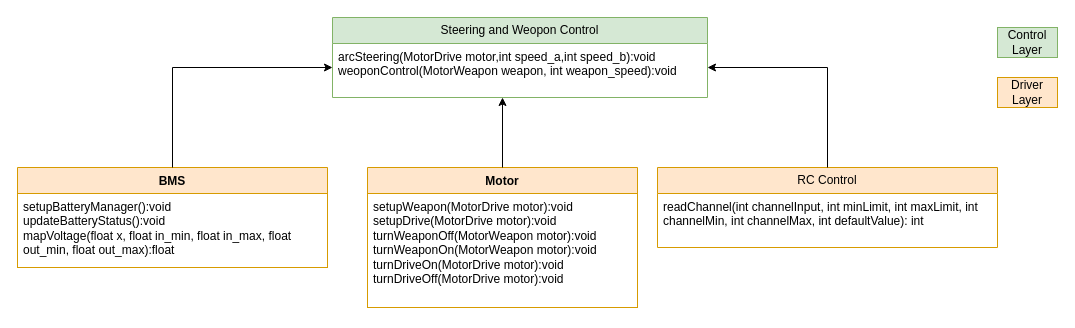
This is software_architecutre.drawio from AminSeffo/BattleBot, a draw.io file, before an edit. Source tidied: cells renumbered, new cells numbered last; positions are measured from the earlier drawing's top-left corner, leaving out a move shared by most shapes. Both pictures are drawn from the tidied source at 100%, with x=0, y=0 at pixel (17, 17).
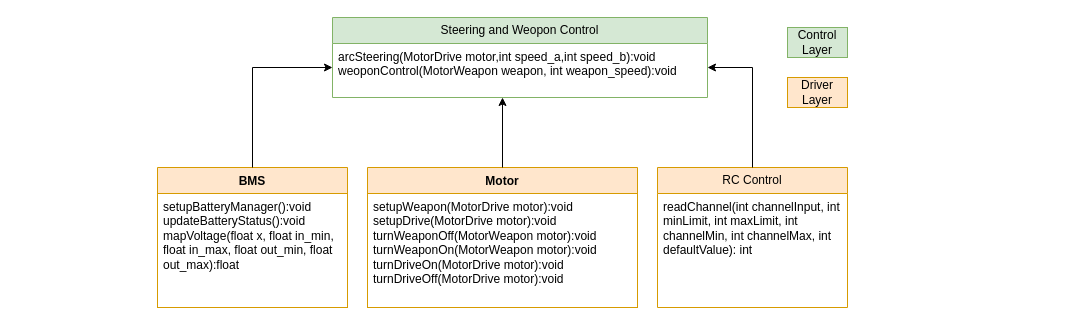
The same page after the edit.

Diff of the diagram source:
```diff
@@
 <mxGraphModel>
   <root>
     <mxCell id="0" />
     <mxCell id="1" parent="0" />
     <mxCell id="2" value="BMS" style="swimlane;fontStyle=1;align=center;verticalAlign=top;horizontal=1;startSize=26;whiteSpace=wrap;html=1;fillColor=#ffe6cc;strokeColor=#d79b00;" parent="1" vertex="1">
-      <mxGeometry y="150" width="310" height="100" as="geometry" />
+      <mxGeometry x="140" y="150" width="190" height="140" as="geometry" />
     </mxCell>
     <mxCell id="3" value="&lt;div&gt;setupBatteryManager():void&lt;/div&gt;&lt;div&gt;updateBatteryStatus():void&lt;/div&gt;&lt;div&gt;mapVoltage(float x, float in_min, float in_max, float out_min, float out_max):float&lt;/div&gt;" style="text;strokeColor=#d79b00;fillColor=none;align=left;verticalAlign=top;spacingLeft=4;spacingRight=4;overflow=hidden;whiteSpace=wrap;html=1;" parent="2" vertex="1">
-      <mxGeometry y="26" width="310" height="74" as="geometry" />
+      <mxGeometry y="26" width="190" height="114" as="geometry" />
     </mxCell>
     <mxCell id="4" value="Motor" style="swimlane;fontStyle=1;align=center;verticalAlign=top;horizontal=1;startSize=26;whiteSpace=wrap;html=1;fillColor=#ffe6cc;strokeColor=#d79b00;" parent="1" vertex="1">
       <mxGeometry x="350" y="150" width="270" height="140" as="geometry" />
     </mxCell>
     <mxCell id="5" value="setupWeapon(MotorDrive motor):void&lt;br&gt;setupDrive(MotorDrive motor):void&lt;br&gt;turnWeaponOff(MotorWeapon motor):void&lt;br&gt;turnWeaponOn(MotorWeapon&amp;nbsp;motor):void&lt;br&gt;turnDriveOn(MotorDrive motor):void&lt;br&gt;turnDriveOff(MotorDrive motor):void" style="text;strokeColor=#d79b00;fillColor=none;align=left;verticalAlign=top;spacingLeft=4;spacingRight=4;overflow=hidden;whiteSpace=wrap;html=1;" parent="4" vertex="1">
       <mxGeometry y="26" width="270" height="114" as="geometry" />
     </mxCell>
     <mxCell id="6" value="Steering and Weopon Control" style="swimlane;fontStyle=0;horizontal=1;startSize=26;fillColor=#d5e8d4;whiteSpace=wrap;html=1;strokeColor=#82b366;" parent="1" vertex="1">
       <mxGeometry x="315" width="375" height="80" as="geometry" />
     </mxCell>
-    <mxCell id="7" style="endArrow=classic;html=1;rounded=0;" parent="6" edge="1">
+    <mxCell id="7" style="endArrow=classic;html=1;rounded=0;exitX=0.5;exitY=0;exitDx=0;exitDy=0;" parent="6" edge="1" source="2">
       <mxGeometry relative="1" as="geometry">
-        <mxPoint x="-160" y="150" as="sourcePoint" />
         <mxPoint y="50" as="targetPoint" />
         <Array as="points">
-          <mxPoint x="-160" y="50" />
+          <mxPoint x="-80" y="50" />
         </Array>
       </mxGeometry>
     </mxCell>
     <mxCell id="8" value="arcSteering(MotorDrive motor,int speed_a,int speed_b):void&lt;br&gt;weoponControl(MotorWeapon weapon, int weapon_speed):void" style="text;strokeColor=none;fillColor=none;align=left;verticalAlign=top;spacingLeft=4;spacingRight=4;overflow=hidden;whiteSpace=wrap;html=1;" parent="6" vertex="1">
       <mxGeometry y="26" width="375" height="54" as="geometry" />
     </mxCell>
     <mxCell id="9" value="Control Layer" style="text;html=1;strokeColor=#82b366;fillColor=#d5e8d4;align=center;verticalAlign=middle;whiteSpace=wrap;rounded=0;" parent="1" vertex="1">
-      <mxGeometry x="980" y="10" width="60" height="30" as="geometry" />
+      <mxGeometry x="770" y="10" width="60" height="30" as="geometry" />
     </mxCell>
     <mxCell id="10" value="Driver Layer" style="text;html=1;strokeColor=#d79b00;fillColor=#ffe6cc;align=center;verticalAlign=middle;whiteSpace=wrap;rounded=0;" parent="1" vertex="1">
-      <mxGeometry x="980" y="60" width="60" height="30" as="geometry" />
+      <mxGeometry x="770" y="60" width="60" height="30" as="geometry" />
     </mxCell>
     <mxCell id="11" value="RC Control" style="swimlane;fontStyle=0;horizontal=1;startSize=26;whiteSpace=wrap;html=1;fillColor=#ffe6cc;strokeColor=#d79b00;" parent="1" vertex="1">
-      <mxGeometry x="640" y="150" width="340" height="80" as="geometry" />
+      <mxGeometry x="640" y="150" width="190" height="140" as="geometry" />
     </mxCell>
     <mxCell id="12" value="readChannel(int channelInput, int minLimit, int maxLimit, int channelMin, int channelMax, int defaultValue): int" style="text;align=left;verticalAlign=top;spacingLeft=4;spacingRight=4;overflow=hidden;whiteSpace=wrap;html=1;" parent="11" vertex="1">
-      <mxGeometry y="26" width="340" height="54" as="geometry" />
+      <mxGeometry y="26" width="190" height="114" as="geometry" />
     </mxCell>
     <mxCell id="13" style="endArrow=classic;html=1;rounded=0;" parent="1" edge="1" source="4">
       <mxGeometry relative="1" as="geometry">
         <mxPoint x="485" y="80" as="targetPoint" />
       </mxGeometry>
     </mxCell>
     <mxCell id="14" style="endArrow=classic;html=1;rounded=0;exitX=0.5;exitY=0;exitDx=0;exitDy=0;" parent="1" edge="1" source="11">
       <mxGeometry relative="1" as="geometry">
         <mxPoint x="690" y="50" as="targetPoint" />
         <Array as="points">
-          <mxPoint x="810" y="50" />
+          <mxPoint x="735" y="50" />
         </Array>
       </mxGeometry>
     </mxCell>
   </root>
 </mxGraphModel>
```
